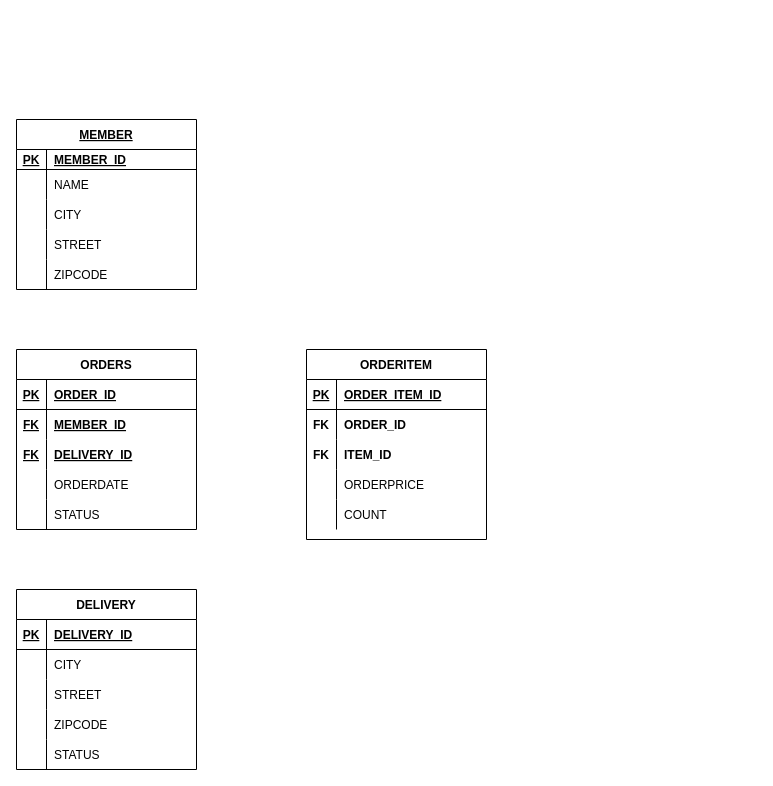
Above: P004_SpringStudy_00_JPA.drawio in JUNGJUNILL/Draw.io (draw.io), before the change. Source tidied: cells renumbered, new cells numbered last; positions are measured from the earlier drawing's top-left corner, leaving out a move shared by most shapes. Both pictures are drawn from the tidied source at 100%, with x=0, y=0 at pixel (16, 119).
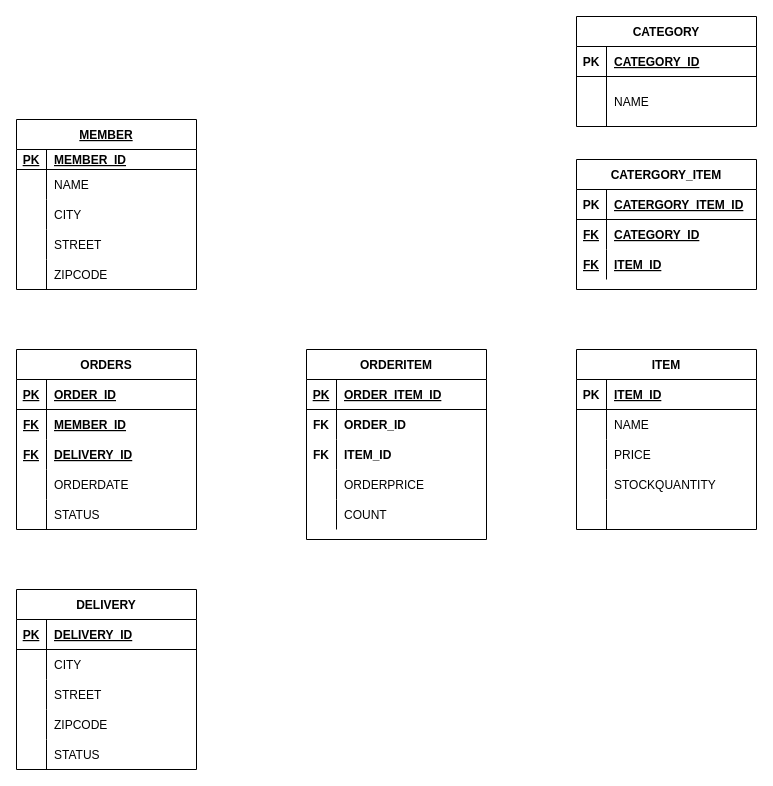
The same page after the edit.

Diff of the diagram source:
```diff
@@
+    <mxCell id="66" value="ITEM" style="shape=table;startSize=30;childLayout=tableLayout;rowLines=0;fontStyle=1;align=center;" parent="1" vertex="1">
+      <mxGeometry x="560" y="230" width="180" height="180" as="geometry" />
+    </mxCell>
+    <mxCell id="67" style="shape=tableRow;horizontal=0;startSize=0;swimlaneHead=0;swimlaneBody=0;fillColor=none;top=0;left=0;right=0;bottom=1;" parent="66" vertex="1">
+      <mxGeometry y="30" width="180" height="30" as="geometry" />
+    </mxCell>
+    <mxCell id="68" value="PK" style="shape=partialRectangle;fillColor=none;top=0;left=0;bottom=0;right=0;fontStyle=1;overflow=hidden;" parent="67" vertex="1">
+      <mxGeometry width="30" height="30" as="geometry" />
+    </mxCell>
+    <mxCell id="69" value="ITEM_ID" style="shape=partialRectangle;fillColor=none;top=0;left=0;bottom=0;right=0;align=left;spacingLeft=6;fontStyle=5;overflow=hidden;" parent="67" vertex="1">
+      <mxGeometry x="30" width="150" height="30" as="geometry" />
+    </mxCell>
+    <mxCell id="70" style="shape=tableRow;horizontal=0;startSize=0;swimlaneHead=0;swimlaneBody=0;fillColor=none;top=0;left=0;right=0;bottom=0;" parent="66" vertex="1">
+      <mxGeometry y="60" width="180" height="30" as="geometry" />
+    </mxCell>
+    <mxCell id="71" style="shape=partialRectangle;fillColor=none;top=0;left=0;bottom=0;right=0;overflow=hidden;" parent="70" vertex="1">
+      <mxGeometry width="30" height="30" as="geometry" />
+    </mxCell>
+    <mxCell id="72" value="NAME" style="shape=partialRectangle;fillColor=none;top=0;left=0;bottom=0;right=0;align=left;spacingLeft=6;overflow=hidden;" parent="70" vertex="1">
+      <mxGeometry x="30" width="150" height="30" as="geometry" />
+    </mxCell>
+    <mxCell id="73" style="shape=tableRow;horizontal=0;startSize=0;swimlaneHead=0;swimlaneBody=0;fillColor=none;top=0;left=0;right=0;bottom=0;" parent="66" vertex="1">
+      <mxGeometry y="90" width="180" height="30" as="geometry" />
+    </mxCell>
+    <mxCell id="74" style="shape=partialRectangle;fillColor=none;top=0;left=0;bottom=0;right=0;overflow=hidden;" parent="73" vertex="1">
+      <mxGeometry width="30" height="30" as="geometry" />
+    </mxCell>
+    <mxCell id="75" value="PRICE" style="shape=partialRectangle;fillColor=none;top=0;left=0;bottom=0;right=0;align=left;spacingLeft=6;overflow=hidden;" parent="73" vertex="1">
+      <mxGeometry x="30" width="150" height="30" as="geometry" />
+    </mxCell>
+    <mxCell id="76" style="shape=tableRow;horizontal=0;startSize=0;swimlaneHead=0;swimlaneBody=0;fillColor=none;top=0;left=0;right=0;bottom=0;" parent="66" vertex="1">
+      <mxGeometry y="120" width="180" height="30" as="geometry" />
+    </mxCell>
+    <mxCell id="77" style="shape=partialRectangle;fillColor=none;top=0;left=0;bottom=0;right=0;overflow=hidden;" parent="76" vertex="1">
+      <mxGeometry width="30" height="30" as="geometry" />
+    </mxCell>
+    <mxCell id="78" value="STOCKQUANTITY" style="shape=partialRectangle;fillColor=none;top=0;left=0;bottom=0;right=0;align=left;spacingLeft=6;overflow=hidden;" parent="76" vertex="1">
+      <mxGeometry x="30" width="150" height="30" as="geometry" />
+    </mxCell>
+    <mxCell id="79" style="shape=tableRow;horizontal=0;startSize=0;swimlaneHead=0;swimlaneBody=0;fillColor=none;top=0;left=0;right=0;bottom=0;" parent="66" vertex="1">
+      <mxGeometry y="150" width="180" height="30" as="geometry" />
+    </mxCell>
+    <mxCell id="80" style="shape=partialRectangle;fillColor=none;top=0;left=0;bottom=0;right=0;overflow=hidden;" parent="79" vertex="1">
+      <mxGeometry width="30" height="30" as="geometry" />
+    </mxCell>
+    <mxCell id="81" style="shape=partialRectangle;fillColor=none;top=0;left=0;bottom=0;right=0;align=left;spacingLeft=6;overflow=hidden;" parent="79" vertex="1">
+      <mxGeometry x="30" width="150" height="30" as="geometry" />
+    </mxCell>
+    <mxCell id="82" value="CATERGORY_ITEM" style="shape=table;startSize=30;childLayout=tableLayout;rowLines=0;fontStyle=1;align=center;" parent="1" vertex="1">
+      <mxGeometry x="560" y="40" width="180" height="130" as="geometry" />
+    </mxCell>
+    <mxCell id="83" style="shape=tableRow;horizontal=0;startSize=0;swimlaneHead=0;swimlaneBody=0;fillColor=none;top=0;left=0;right=0;bottom=1;" parent="82" vertex="1">
+      <mxGeometry y="30" width="180" height="30" as="geometry" />
+    </mxCell>
+    <mxCell id="84" value="PK" style="shape=partialRectangle;fillColor=none;top=0;left=0;bottom=0;right=0;fontStyle=1;overflow=hidden;" parent="83" vertex="1">
+      <mxGeometry width="30" height="30" as="geometry" />
+    </mxCell>
+    <mxCell id="85" value="CATERGORY_ITEM_ID" style="shape=partialRectangle;fillColor=none;top=0;left=0;bottom=0;right=0;align=left;spacingLeft=6;fontStyle=5;overflow=hidden;" parent="83" vertex="1">
+      <mxGeometry x="30" width="150" height="30" as="geometry" />
+    </mxCell>
+    <mxCell id="86" style="shape=tableRow;horizontal=0;startSize=0;swimlaneHead=0;swimlaneBody=0;fillColor=none;top=0;left=0;right=0;bottom=0;" parent="82" vertex="1">
+      <mxGeometry y="60" width="180" height="30" as="geometry" />
+    </mxCell>
+    <mxCell id="87" value="FK" style="shape=partialRectangle;fillColor=none;top=0;left=0;bottom=0;right=0;overflow=hidden;fontStyle=5;" parent="86" vertex="1">
+      <mxGeometry width="30" height="30" as="geometry" />
+    </mxCell>
+    <mxCell id="88" value="CATEGORY_ID" style="shape=partialRectangle;fillColor=none;top=0;left=0;bottom=0;right=0;align=left;spacingLeft=6;overflow=hidden;fontStyle=5;" parent="86" vertex="1">
+      <mxGeometry x="30" width="150" height="30" as="geometry" />
+    </mxCell>
+    <mxCell id="89" style="shape=tableRow;horizontal=0;startSize=0;swimlaneHead=0;swimlaneBody=0;fillColor=none;top=0;left=0;right=0;bottom=0;" parent="82" vertex="1">
+      <mxGeometry y="90" width="180" height="30" as="geometry" />
+    </mxCell>
+    <mxCell id="90" value="FK" style="shape=partialRectangle;fillColor=none;top=0;left=0;bottom=0;right=0;overflow=hidden;fontStyle=5;" parent="89" vertex="1">
+      <mxGeometry width="30" height="30" as="geometry" />
+    </mxCell>
+    <mxCell id="91" value="ITEM_ID" style="shape=partialRectangle;fillColor=none;top=0;left=0;bottom=0;right=0;align=left;spacingLeft=6;overflow=hidden;fontStyle=5;" parent="89" vertex="1">
+      <mxGeometry x="30" width="150" height="30" as="geometry" />
+    </mxCell>
+    <mxCell id="92" value="CATEGORY" style="shape=table;startSize=30;childLayout=tableLayout;rowLines=0;fontStyle=1;align=center;" parent="1" vertex="1">
+      <mxGeometry x="560" y="-103" width="180" height="110" as="geometry" />
+    </mxCell>
+    <mxCell id="93" style="shape=tableRow;horizontal=0;startSize=0;swimlaneHead=0;swimlaneBody=0;fillColor=none;top=0;left=0;right=0;bottom=1;" parent="92" vertex="1">
+      <mxGeometry y="30" width="180" height="30" as="geometry" />
+    </mxCell>
+    <mxCell id="94" value="PK" style="shape=partialRectangle;fillColor=none;top=0;left=0;bottom=0;right=0;fontStyle=1;overflow=hidden;" parent="93" vertex="1">
+      <mxGeometry width="30" height="30" as="geometry" />
+    </mxCell>
+    <mxCell id="95" value="CATEGORY_ID" style="shape=partialRectangle;fillColor=none;top=0;left=0;bottom=0;right=0;align=left;spacingLeft=6;fontStyle=5;overflow=hidden;" parent="93" vertex="1">
+      <mxGeometry x="30" width="150" height="30" as="geometry" />
+    </mxCell>
+    <mxCell id="96" style="shape=tableRow;horizontal=0;startSize=0;swimlaneHead=0;swimlaneBody=0;fillColor=none;top=0;left=0;right=0;bottom=0;" parent="92" vertex="1">
+      <mxGeometry y="60" width="180" height="50" as="geometry" />
+    </mxCell>
+    <mxCell id="97" style="shape=partialRectangle;fillColor=none;top=0;left=0;bottom=0;right=0;overflow=hidden;" parent="96" vertex="1">
+      <mxGeometry width="30" height="50" as="geometry" />
+    </mxCell>
+    <mxCell id="98" value="NAME" style="shape=partialRectangle;fillColor=none;top=0;left=0;bottom=0;right=0;align=left;spacingLeft=6;overflow=hidden;" parent="96" vertex="1">
+      <mxGeometry x="30" width="150" height="50" as="geometry" />
+    </mxCell>
```
